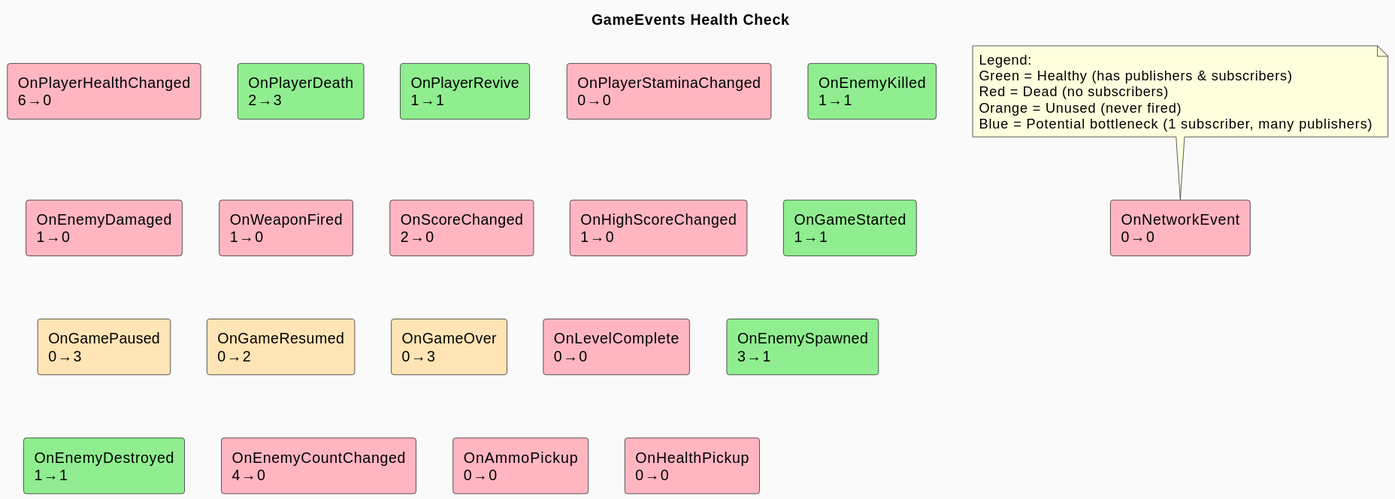
The PlantUML diagram DevTools/Diagrams/out/gameevents_health.svg in ieatyoursushi/Zombtoy, before a commit.
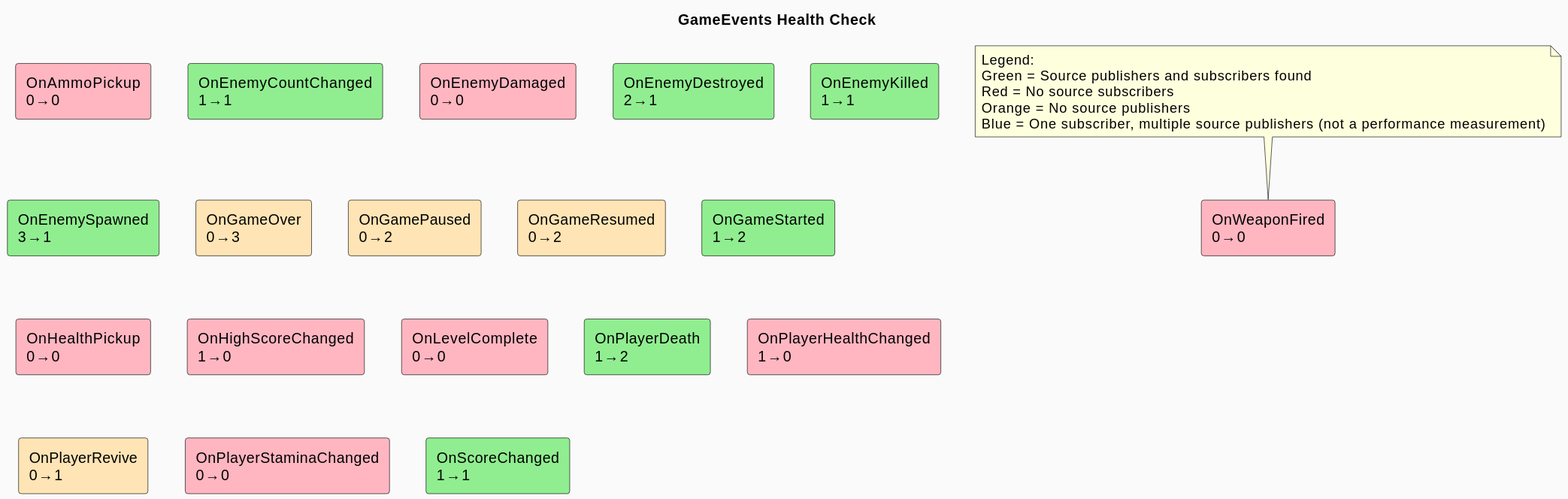
After the commit.

Diff of the diagram source:
```diff
@@ -2,32 +2,31 @@
 title GameEvents Health Check
 skinparam backgroundColor #FAFAFA
 
-rectangle "OnPlayerHealthChanged\n6→0" as OnPlayerHealthChanged #FFB6C1
-rectangle "OnPlayerDeath\n2→3" as OnPlayerDeath #90EE90
-rectangle "OnPlayerRevive\n1→1" as OnPlayerRevive #90EE90
+rectangle "OnAmmoPickup\n0→0" as OnAmmoPickup #FFB6C1
+rectangle "OnEnemyCountChanged\n1→1" as OnEnemyCountChanged #90EE90
+rectangle "OnEnemyDamaged\n0→0" as OnEnemyDamaged #FFB6C1
+rectangle "OnEnemyDestroyed\n2→1" as OnEnemyDestroyed #90EE90
+rectangle "OnEnemyKilled\n1→1" as OnEnemyKilled #90EE90
+rectangle "OnEnemySpawned\n3→1" as OnEnemySpawned #90EE90
+rectangle "OnGameOver\n0→3" as OnGameOver #FFE4B5
+rectangle "OnGamePaused\n0→2" as OnGamePaused #FFE4B5
+rectangle "OnGameResumed\n0→2" as OnGameResumed #FFE4B5
+rectangle "OnGameStarted\n1→2" as OnGameStarted #90EE90
+rectangle "OnHealthPickup\n0→0" as OnHealthPickup #FFB6C1
+rectangle "OnHighScoreChanged\n1→0" as OnHighScoreChanged #FFB6C1
+rectangle "OnLevelComplete\n0→0" as OnLevelComplete #FFB6C1
+rectangle "OnPlayerDeath\n1→2" as OnPlayerDeath #90EE90
+rectangle "OnPlayerHealthChanged\n1→0" as OnPlayerHealthChanged #FFB6C1
+rectangle "OnPlayerRevive\n0→1" as OnPlayerRevive #FFE4B5
 rectangle "OnPlayerStaminaChanged\n0→0" as OnPlayerStaminaChanged #FFB6C1
-rectangle "OnEnemyKilled\n1→1" as OnEnemyKilled #90EE90
-rectangle "OnEnemyDamaged\n1→0" as OnEnemyDamaged #FFB6C1
-rectangle "OnWeaponFired\n1→0" as OnWeaponFired #FFB6C1
-rectangle "OnScoreChanged\n2→0" as OnScoreChanged #FFB6C1
-rectangle "OnHighScoreChanged\n1→0" as OnHighScoreChanged #FFB6C1
-rectangle "OnGameStarted\n1→1" as OnGameStarted #90EE90
-rectangle "OnGamePaused\n0→3" as OnGamePaused #FFE4B5
-rectangle "OnGameResumed\n0→2" as OnGameResumed #FFE4B5
-rectangle "OnGameOver\n0→3" as OnGameOver #FFE4B5
-rectangle "OnLevelComplete\n0→0" as OnLevelComplete #FFB6C1
-rectangle "OnEnemySpawned\n3→1" as OnEnemySpawned #90EE90
-rectangle "OnEnemyDestroyed\n1→1" as OnEnemyDestroyed #90EE90
-rectangle "OnEnemyCountChanged\n4→0" as OnEnemyCountChanged #FFB6C1
-rectangle "OnAmmoPickup\n0→0" as OnAmmoPickup #FFB6C1
-rectangle "OnHealthPickup\n0→0" as OnHealthPickup #FFB6C1
-rectangle "OnNetworkEvent\n0→0" as OnNetworkEvent #FFB6C1
+rectangle "OnScoreChanged\n1→1" as OnScoreChanged #90EE90
+rectangle "OnWeaponFired\n0→0" as OnWeaponFired #FFB6C1
 
 note top
 Legend:
-Green = Healthy (has publishers & subscribers)
-Red = Dead (no subscribers)
-Orange = Unused (never fired)
-Blue = Potential bottleneck (1 subscriber, many publishers)
+Green = Source publishers and subscribers found
+Red = No source subscribers
+Orange = No source publishers
+Blue = One subscriber, multiple source publishers (not a performance measurement)
 end note
 @enduml
```
